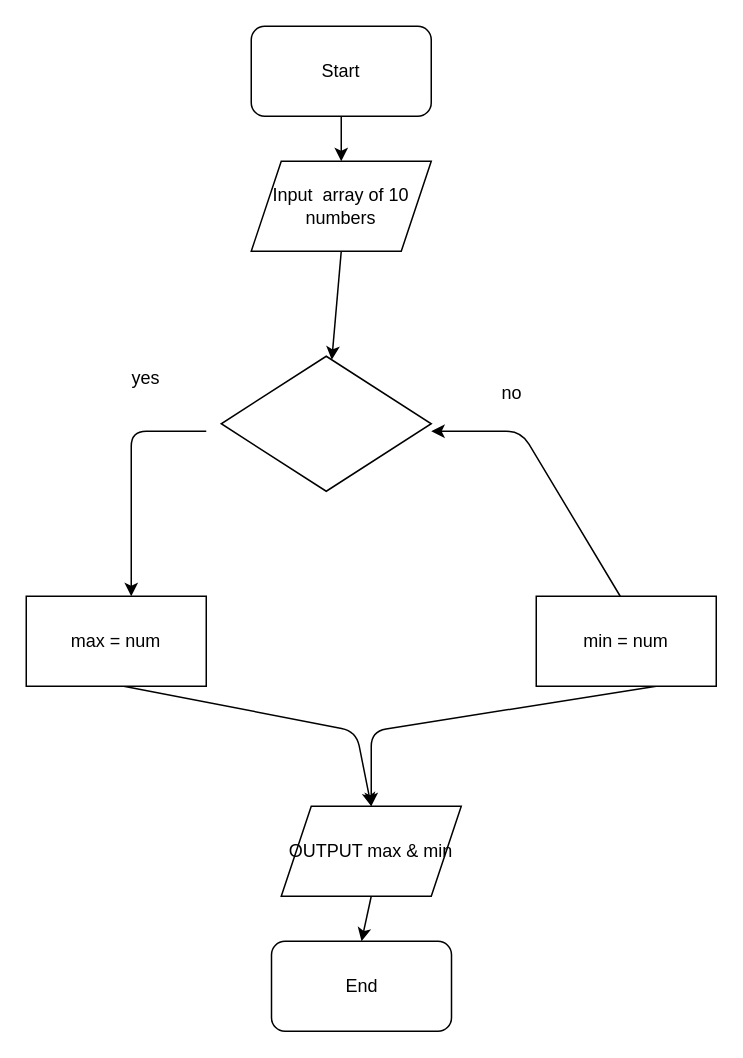
This is page "Trafic" (2 of 3) of Sanja/Challenge/challenge.drawio from Gerlinde888/FE16-AlgoDS-Day1-Sanja-Gerlinde, a draw.io file, before an edit. Source tidied: cells renumbered, new cells numbered last; positions are measured from the earlier drawing's top-left corner, leaving out a move shared by most shapes. Both pictures are drawn from the tidied source at 150%, with x=0, y=0 at pixel (26, 26).
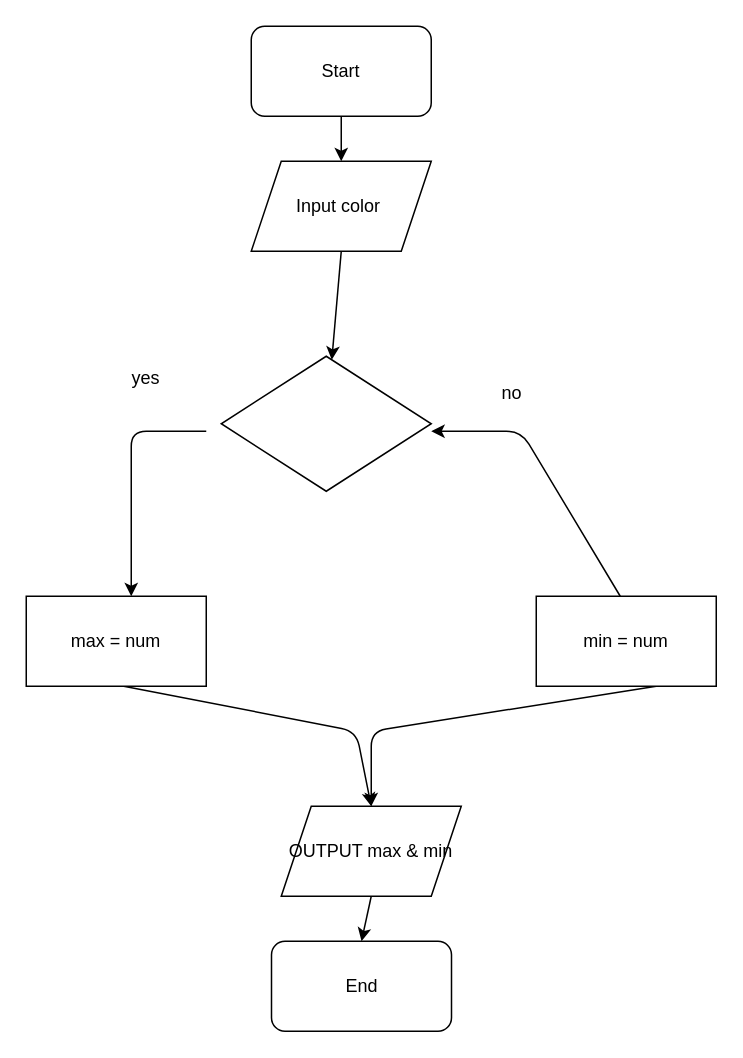
The same page after the edit.

What changed in the source:
```diff
@@
-    <mxCell id="5" value="Input&amp;nbsp; array of 10 numbers" style="shape=parallelogram;perimeter=parallelogramPerimeter;whiteSpace=wrap;html=1;fixedSize=1;" parent="1" vertex="1">
+    <mxCell id="5" value="Input color&amp;nbsp;" style="shape=parallelogram;perimeter=parallelogramPerimeter;whiteSpace=wrap;html=1;fixedSize=1;" parent="1" vertex="1">
       <mxGeometry x="150" y="90" width="120" height="60" as="geometry" />
     </mxCell>
```
